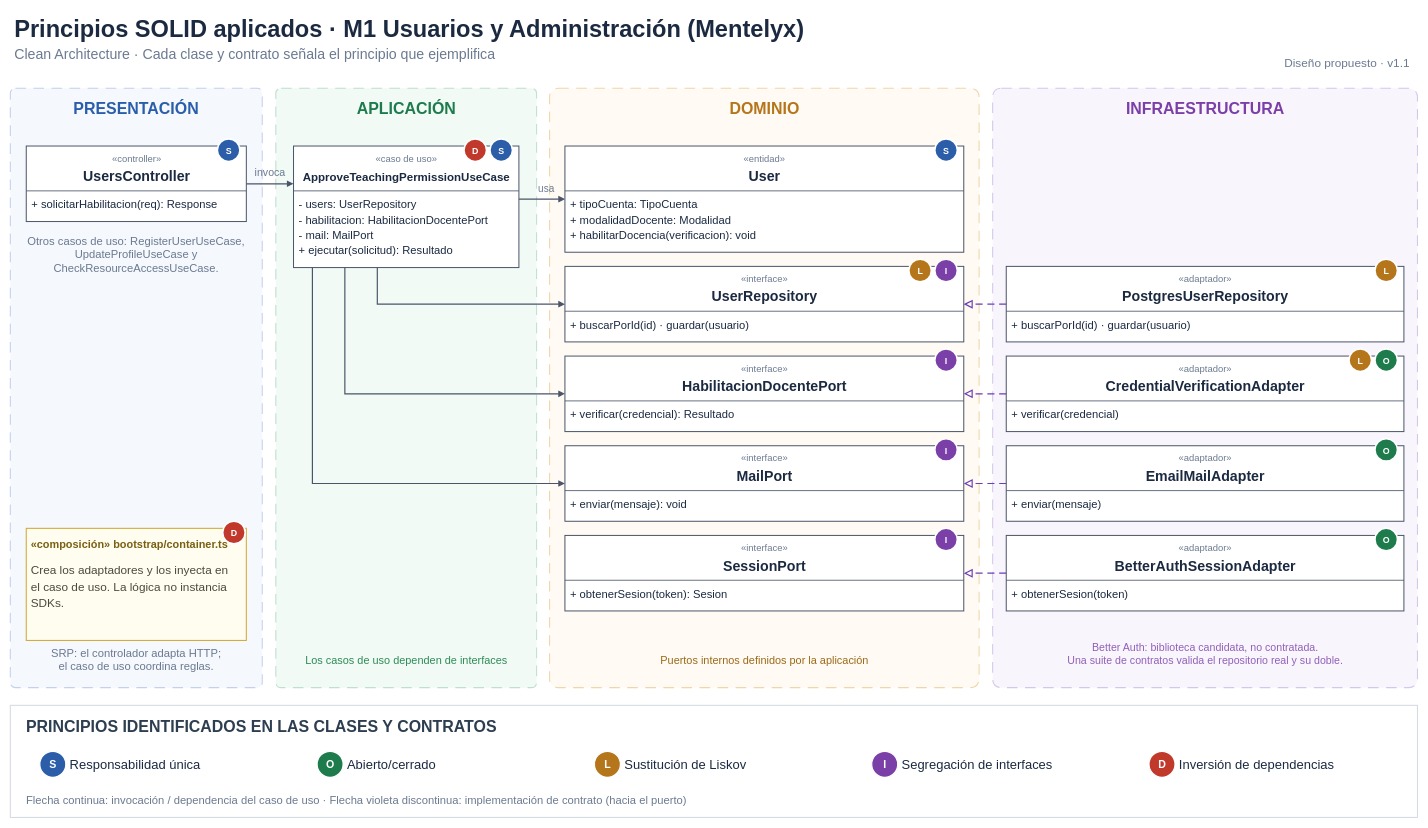
Earlier version of the draw.io diagram docs/img/fuente_drawio/principios-solid-m1.drawio (100robert/Mentelyx). Source tidied: cells renumbered, new cells numbered last; positions are measured from the earlier drawing's top-left corner, leaving out a move shared by most shapes. Both pictures are drawn from the tidied source at 59%, with x=0, y=0 at pixel (10, 10).
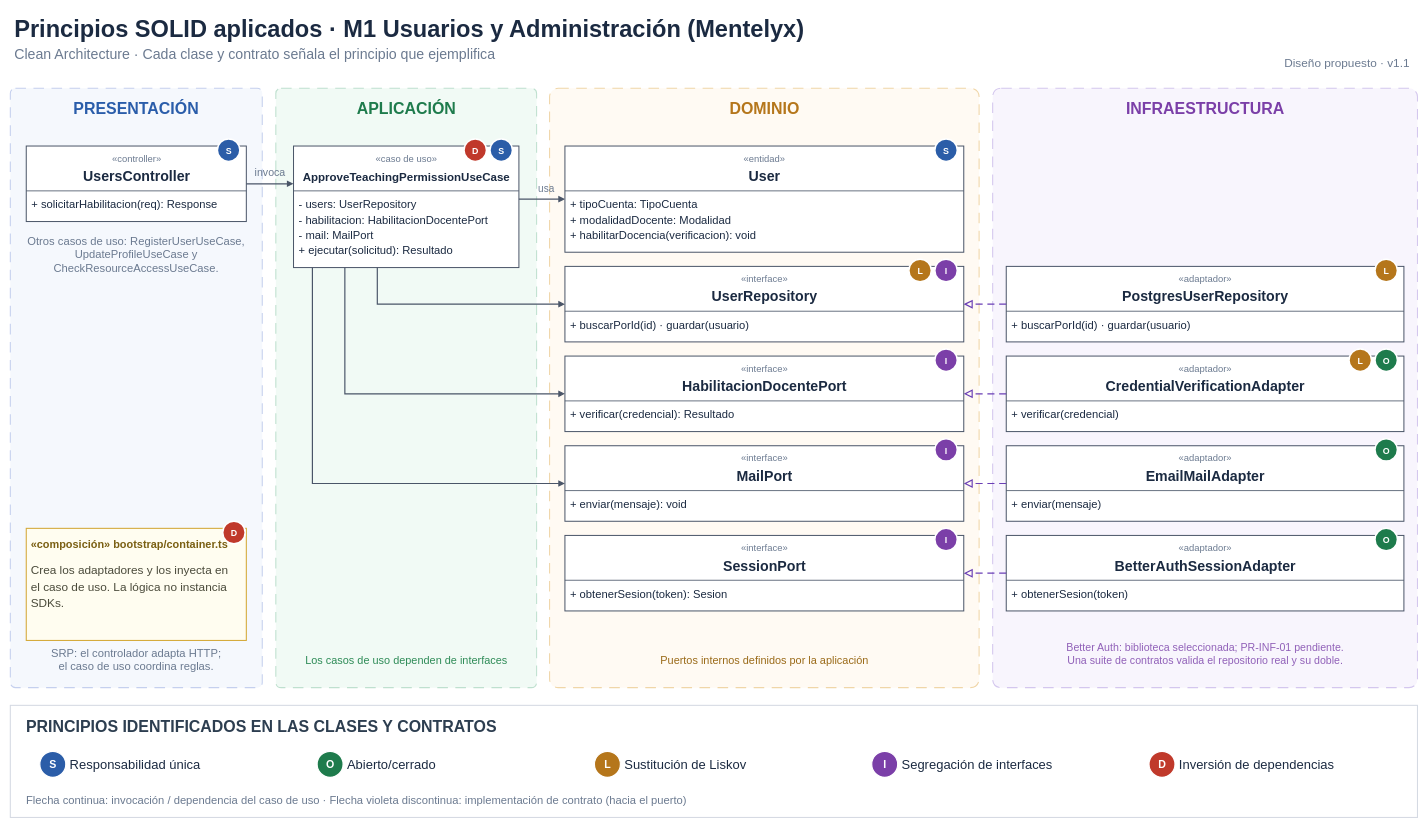
The same diagram, later.

What changed in the source:
```diff
@@
-    <mxCell id="126" value="Better Auth: biblioteca candidata, no contratada." style="text;html=1;strokeColor=none;fillColor=none;align=center;verticalAlign=middle;whiteSpace=nowrap;spacing=0;fontSize=18;fontStyle=0;fontColor=#9060B8;fontFamily=Arial;" parent="1" vertex="1">
+    <mxCell id="126" value="Better Auth: biblioteca seleccionada; PR-INF-01 pendiente." style="text;html=1;strokeColor=none;fillColor=none;align=center;verticalAlign=middle;whiteSpace=nowrap;spacing=0;fontSize=18;fontStyle=0;fontColor=#9060B8;fontFamily=Arial;" parent="1" vertex="1">
       <mxGeometry x="1826.4" y="1066.1" width="397.3" height="27" as="geometry" />
     </mxCell>
```
